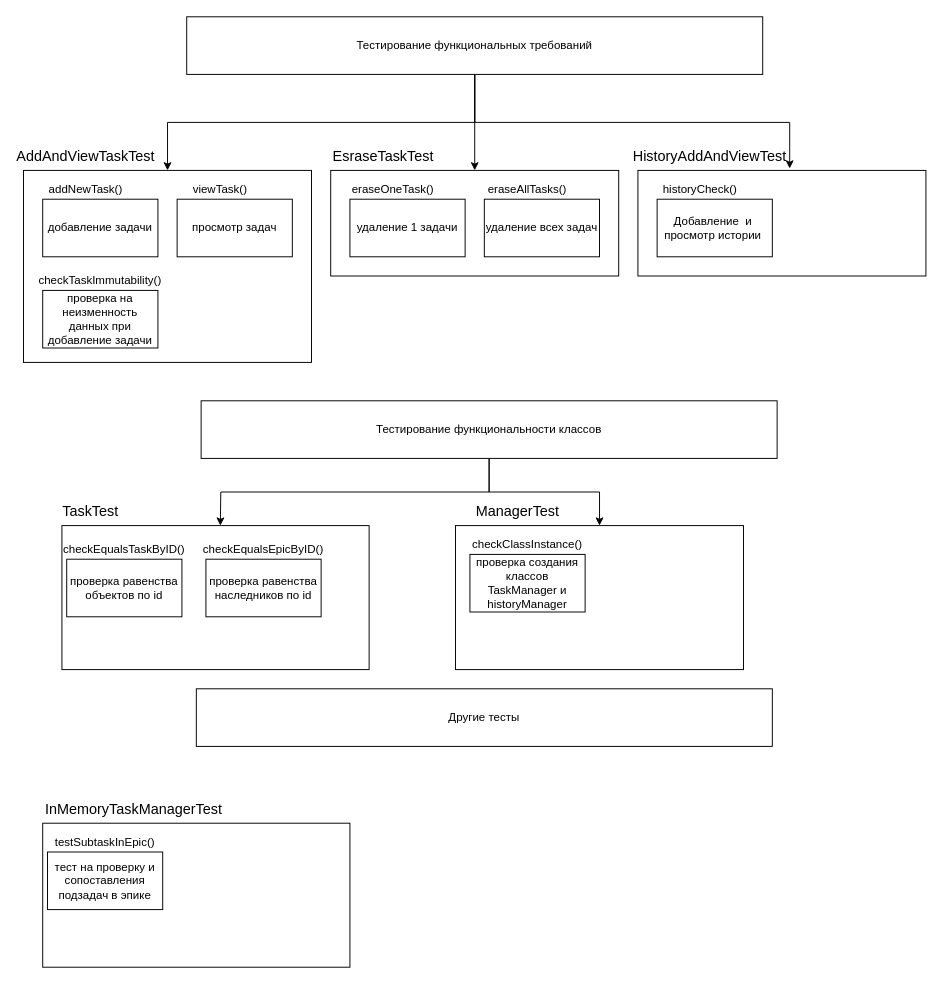
Clim-Chugunkin/java-kanban keeps this draw.io diagram as page "FunctionalityTests" (2 of 2) of UML.drawio. Above is the earlier version. Source tidied: cells renumbered, new cells numbered last; positions are measured from the earlier drawing's top-left corner, leaving out a move shared by most shapes. Both pictures are drawn from the tidied source at 96%, with x=0, y=0 at pixel (23, 16).
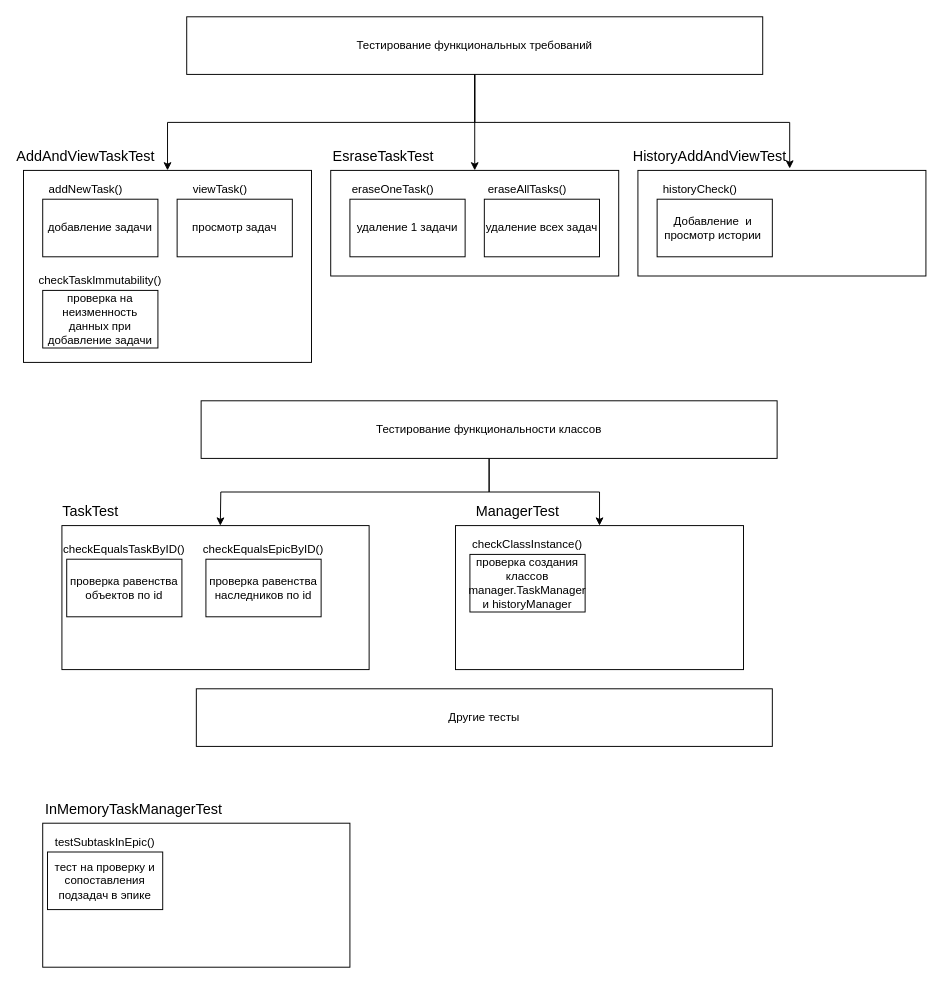
After the change.

What changed in the source:
```diff
@@
-    <mxCell id="35" value="проверка создания классов TaskManager и historyManager" style="rounded=0;whiteSpace=wrap;html=1;" parent="1" vertex="1">
+    <mxCell id="35" value="проверка создания классов manager.TaskManager и historyManager" style="rounded=0;whiteSpace=wrap;html=1;" parent="1" vertex="1">
       <mxGeometry x="465" y="560" width="120" height="60" as="geometry" />
     </mxCell>
```
